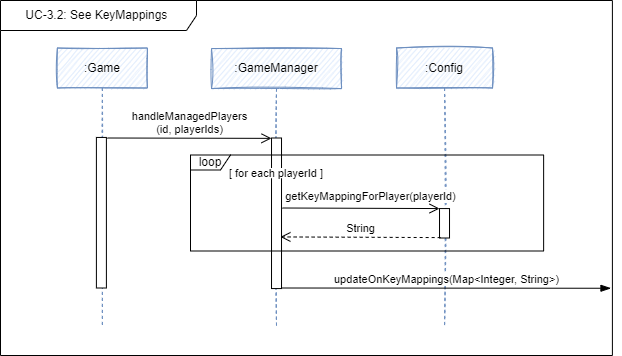
sckoenig/Distributed-Tron keeps this draw.io diagram as Dokumentation/App/diagrams/laufzeit/model_UC3.2_seeKeyMappings.png. Above is the earlier version. Source tidied: cells renumbered, new cells last; positions are measured from the earlier drawing's top-left corner, leaving out a move shared by most shapes. Its diagram source:
```xml
<mxGraphModel>
  <root>
    <mxCell id="0" />
    <mxCell id="1" parent="0" />
    <mxCell id="2" value=":GameManager" style="shape=umlLifeline;perimeter=lifelinePerimeter;whiteSpace=wrap;html=1;sketch=1;fillColor=#dae8fc;strokeColor=#6c8ebf;" parent="1" vertex="1">
      <mxGeometry x="211" y="48.1" width="130" height="278.4" as="geometry" />
    </mxCell>
    <mxCell id="3" style="html=1;points=[];perimeter=orthogonalPerimeter;fontSize=12;sketch=0;" parent="2" vertex="1">
      <mxGeometry x="60" y="89.4" width="10" height="150.6" as="geometry" />
    </mxCell>
    <mxCell id="4" value="handleManagedPlayers&lt;br&gt;(id, playerIds)" style="html=1;verticalAlign=bottom;endArrow=open;rounded=0;endFill=0;sketch=0;entryX=0;entryY=0.044;entryDx=0;entryDy=0;entryPerimeter=0;endSize=8;" parent="2" edge="1">
      <mxGeometry relative="1" as="geometry">
        <mxPoint x="-104.1" y="89.4" as="sourcePoint" />
        <mxPoint x="60" y="89.8" as="targetPoint" />
      </mxGeometry>
    </mxCell>
    <mxCell id="5" value="[ for each playerId ]" style="text;html=1;strokeColor=none;fillColor=default;align=center;verticalAlign=middle;whiteSpace=wrap;rounded=0;fontSize=11;" parent="2" vertex="1">
      <mxGeometry x="12.1" y="119.4" width="105.9" height="10.2" as="geometry" />
    </mxCell>
    <mxCell id="6" value=":Config" style="shape=umlLifeline;perimeter=lifelinePerimeter;whiteSpace=wrap;html=1;fillColor=#dae8fc;strokeColor=#6c8ebf;sketch=1;" parent="1" vertex="1">
      <mxGeometry x="396" y="47.5" width="96" height="279" as="geometry" />
    </mxCell>
    <mxCell id="7" style="html=1;points=[];perimeter=orthogonalPerimeter;fontSize=12;sketch=0;" parent="6" vertex="1">
      <mxGeometry x="43" y="160.6" width="10" height="29.4" as="geometry" />
    </mxCell>
    <mxCell id="8" value="updateOnKeyMappings(Map&amp;lt;Integer, String&amp;gt;)" style="html=1;verticalAlign=bottom;endArrow=blockThin;rounded=0;endFill=1;sketch=0;endSize=8;entryX=0.058;entryY=0.026;entryDx=0;entryDy=0;entryPerimeter=0;" parent="6" edge="1">
      <mxGeometry relative="1" as="geometry">
        <mxPoint x="-115" y="240" as="sourcePoint" />
        <mxPoint x="214.5" y="240.3" as="targetPoint" />
      </mxGeometry>
    </mxCell>
    <mxCell id="9" value="getKeyMappingForPlayer(playerId)" style="html=1;verticalAlign=bottom;endArrow=open;rounded=0;endFill=0;sketch=0;endSize=8;" parent="1" edge="1" target="7">
      <mxGeometry x="0.12" y="3" relative="1" as="geometry">
        <mxPoint x="281.9" y="207.5" as="sourcePoint" />
      </mxGeometry>
    </mxCell>
    <mxCell id="10" value="String" style="html=1;verticalAlign=bottom;endArrow=open;dashed=1;endSize=8;rounded=0;fontSize=11;exitX=0.113;exitY=0.986;exitDx=0;exitDy=0;exitPerimeter=0;entryX=0.888;entryY=0.657;entryDx=0;entryDy=0;entryPerimeter=0;" parent="1" edge="1" source="7" target="3">
      <mxGeometry relative="1" as="geometry" />
    </mxCell>
    <mxCell id="11" value=":Game" style="shape=umlLifeline;perimeter=lifelinePerimeter;whiteSpace=wrap;html=1;sketch=1;fillColor=#dae8fc;strokeColor=#6c8ebf;" parent="1" vertex="1">
      <mxGeometry x="56.9" y="47.5" width="90" height="279" as="geometry" />
    </mxCell>
    <mxCell id="12" style="html=1;perimeter=orthogonalPerimeter;fontSize=12;sketch=0;" parent="11" vertex="1">
      <mxGeometry x="39" y="89.4" width="10" height="150.6" as="geometry" />
    </mxCell>
    <mxCell id="13" value="loop" style="shape=umlFrame;whiteSpace=wrap;html=1;width=40;height=15;sketch=0;" parent="1" vertex="1">
      <mxGeometry x="190" y="154.5" width="353.1" height="96" as="geometry" />
    </mxCell>
    <mxCell id="14" value="UC-3.2: See KeyMappings&amp;nbsp;" style="shape=umlFrame;whiteSpace=wrap;html=1;sketch=0;fillColor=default;width=196;height=30;" parent="1" vertex="1">
      <mxGeometry width="611.9" height="355" as="geometry" />
    </mxCell>
  </root>
</mxGraphModel>
```
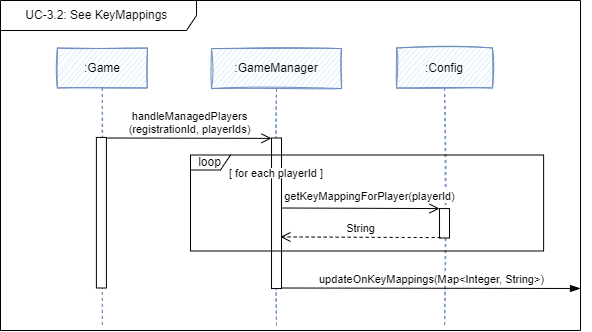
After the change.

Change to the diagram source:
```diff
@@ -8,7 +8,7 @@
     <mxCell id="3" style="html=1;points=[];perimeter=orthogonalPerimeter;fontSize=12;sketch=0;" parent="2" vertex="1">
       <mxGeometry x="60" y="89.4" width="10" height="150.6" as="geometry" />
     </mxCell>
-    <mxCell id="4" value="handleManagedPlayers&lt;br&gt;(id, playerIds)" style="html=1;verticalAlign=bottom;endArrow=open;rounded=0;endFill=0;sketch=0;entryX=0;entryY=0.044;entryDx=0;entryDy=0;entryPerimeter=0;endSize=8;" parent="2" edge="1">
+    <mxCell id="4" value="handleManagedPlayers&lt;br&gt;(registrationId, playerIds)" style="html=1;verticalAlign=bottom;endArrow=open;rounded=0;endFill=0;sketch=0;entryX=0;entryY=0.044;entryDx=0;entryDy=0;entryPerimeter=0;endSize=8;" parent="2" edge="1">
       <mxGeometry relative="1" as="geometry">
         <mxPoint x="-104.1" y="89.4" as="sourcePoint" />
         <mxPoint x="60" y="89.8" as="targetPoint" />
@@ -23,10 +23,10 @@
     <mxCell id="7" style="html=1;points=[];perimeter=orthogonalPerimeter;fontSize=12;sketch=0;" parent="6" vertex="1">
       <mxGeometry x="43" y="160.6" width="10" height="29.4" as="geometry" />
     </mxCell>
-    <mxCell id="8" value="updateOnKeyMappings(Map&amp;lt;Integer, String&amp;gt;)" style="html=1;verticalAlign=bottom;endArrow=blockThin;rounded=0;endFill=1;sketch=0;endSize=8;entryX=0.058;entryY=0.026;entryDx=0;entryDy=0;entryPerimeter=0;" parent="6" edge="1">
+    <mxCell id="8" value="updateOnKeyMappings(Map&amp;lt;Integer, String&amp;gt;)" style="html=1;verticalAlign=bottom;endArrow=blockThin;rounded=0;endFill=1;sketch=0;endSize=8;" parent="6" edge="1">
       <mxGeometry relative="1" as="geometry">
         <mxPoint x="-115" y="240" as="sourcePoint" />
-        <mxPoint x="214.5" y="240.3" as="targetPoint" />
+        <mxPoint x="184" y="240.5" as="targetPoint" />
       </mxGeometry>
     </mxCell>
     <mxCell id="9" value="getKeyMappingForPlayer(playerId)" style="html=1;verticalAlign=bottom;endArrow=open;rounded=0;endFill=0;sketch=0;endSize=8;" parent="1" edge="1" target="7">
@@ -47,7 +47,7 @@
       <mxGeometry x="190" y="154.5" width="353.1" height="96" as="geometry" />
     </mxCell>
     <mxCell id="14" value="UC-3.2: See KeyMappings&amp;nbsp;" style="shape=umlFrame;whiteSpace=wrap;html=1;sketch=0;fillColor=default;width=196;height=30;" parent="1" vertex="1">
-      <mxGeometry width="611.9" height="355" as="geometry" />
+      <mxGeometry width="580" height="330" as="geometry" />
     </mxCell>
   </root>
 </mxGraphModel>
```
